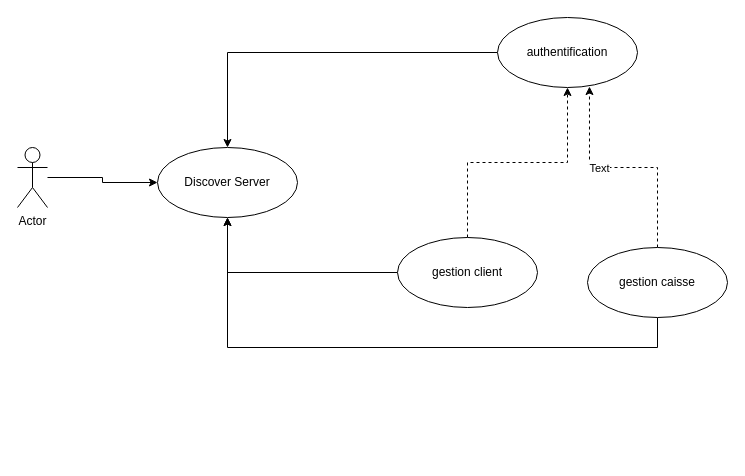
Above: Architecture_microservices.drawio in walid2406/Gestion_de_caisse (draw.io), before the change. Source tidied: cells renumbered, new cells numbered last; positions are measured from the earlier drawing's top-left corner, leaving out a move shared by most shapes. Both pictures are drawn from the tidied source at 100%, with x=0, y=0 at pixel (17, 17).
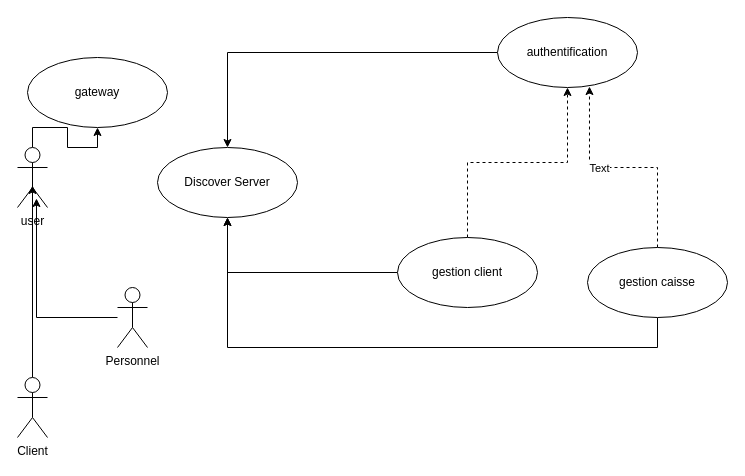
After the change.

Unchanged cells that the change refers to:
```xml
<mxCell id="13" value="Discover Server&lt;br&gt;" style="ellipse;whiteSpace=wrap;html=1;" parent="1" vertex="1">
  <mxGeometry x="140" y="130" width="140" height="70" as="geometry" />
</mxCell>
```

Change to the diagram source:
```diff
@@
-    <mxCell id="9" style="edgeStyle=orthogonalEdgeStyle;rounded=0;jettySize=auto;html=1;" parent="1" edge="1" source="10" target="13">
-      <mxGeometry relative="1" as="geometry" />
-    </mxCell>
+    <mxCell id="14" style="edgeStyle=orthogonalEdgeStyle;rounded=0;jettySize=auto;html=1;" parent="1" edge="1" source="10" target="19">
+      <mxGeometry relative="1" as="geometry" />
+    </mxCell>
-    <mxCell id="10" value="Actor" style="shape=umlActor;verticalLabelPosition=bottom;verticalAlign=top;html=1;" parent="1" vertex="1">
+    <mxCell id="10" value="user&lt;br&gt;" style="shape=umlActor;verticalLabelPosition=bottom;verticalAlign=top;html=1;" parent="1" vertex="1">
       <mxGeometry y="130" width="30" height="60" as="geometry" />
     </mxCell>
@@
+    <mxCell id="15" style="edgeStyle=orthogonalEdgeStyle;rounded=0;jettySize=auto;html=1;entryX=0.5;entryY=0.633;entryDx=0;entryDy=0;entryPerimeter=0;" parent="1" edge="1" source="16" target="10">
+      <mxGeometry relative="1" as="geometry" />
+    </mxCell>
+    <mxCell id="16" value="Client" style="shape=umlActor;verticalLabelPosition=bottom;verticalAlign=top;html=1;" parent="1" vertex="1">
+      <mxGeometry y="360" width="30" height="60" as="geometry" />
+    </mxCell>
+    <mxCell id="17" style="edgeStyle=orthogonalEdgeStyle;rounded=0;jettySize=auto;html=1;entryX=0.633;entryY=0.85;entryDx=0;entryDy=0;entryPerimeter=0;" parent="1" edge="1" source="18" target="10">
+      <mxGeometry relative="1" as="geometry" />
+    </mxCell>
+    <mxCell id="18" value="Personnel" style="shape=umlActor;verticalLabelPosition=bottom;verticalAlign=top;html=1;outlineConnect=0;" parent="1" vertex="1">
+      <mxGeometry x="100" y="270" width="30" height="60" as="geometry" />
+    </mxCell>
+    <mxCell id="19" value="gateway" style="ellipse;whiteSpace=wrap;html=1;" parent="1" vertex="1">
+      <mxGeometry x="10" y="40" width="140" height="70" as="geometry" />
+    </mxCell>
```
